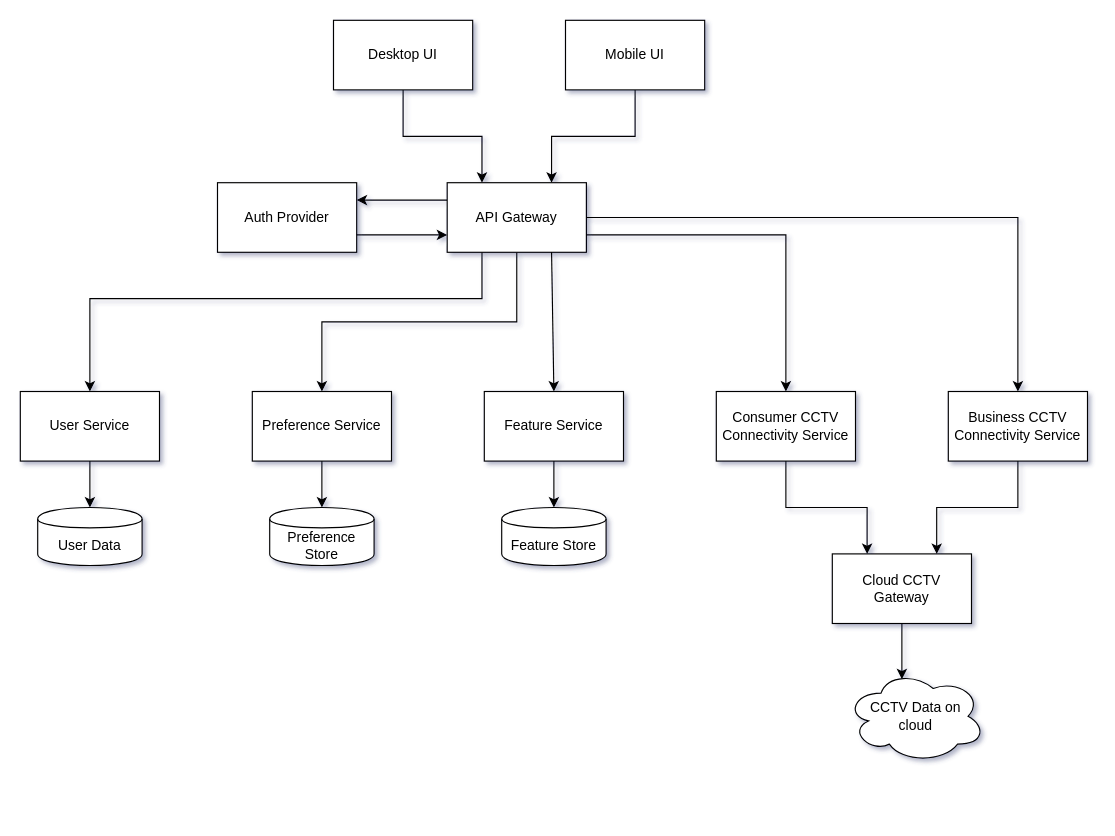
Earlier version of the draw.io diagram page "Architecture" (1 of 2) of Untitled Diagram.drawio (stooth/powerx). Source tidied: cells renumbered, new cells numbered last; positions are measured from the earlier drawing's top-left corner, leaving out a move shared by most shapes. Both pictures are drawn from the tidied source at 116%, with x=0, y=0 at pixel (20, 20).
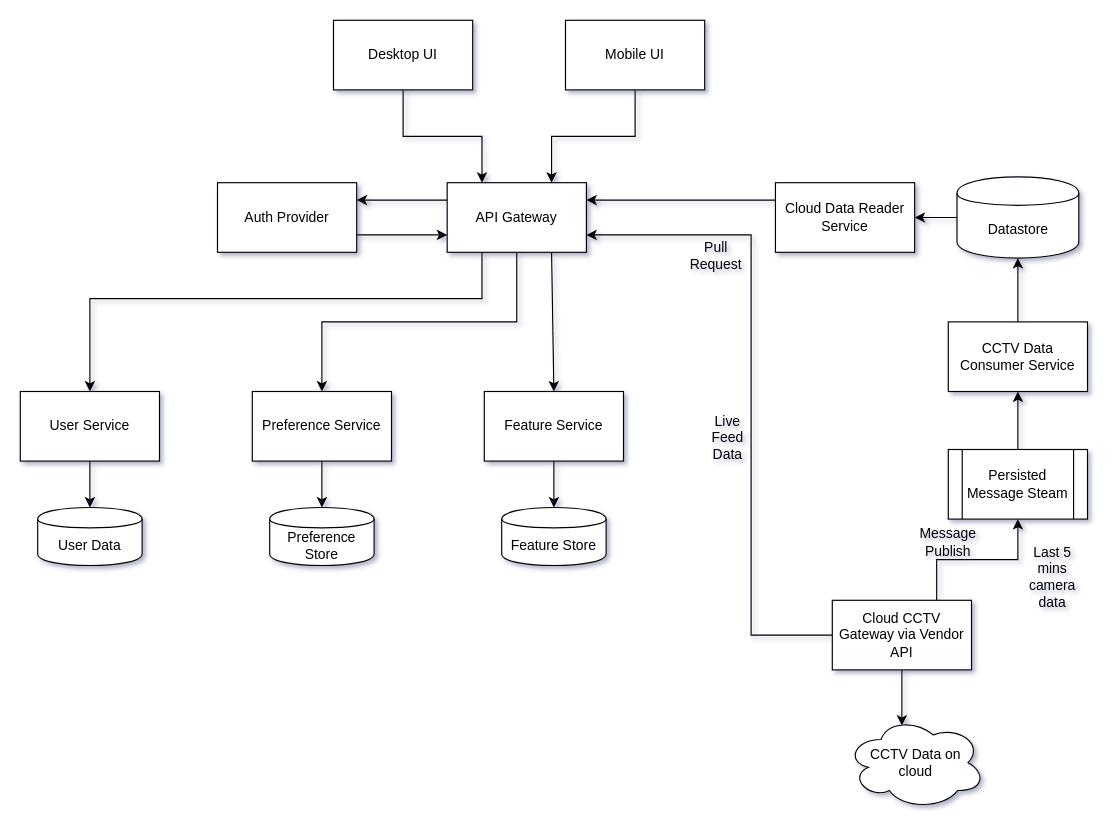
The same diagram, later.

The change refers to these unchanged cells:
```xml
<mxCell id="9" value="API Gateway" style="whiteSpace=wrap;html=1;rounded=0;" parent="1" vertex="1">
  <mxGeometry x="368" y="140" width="120" height="60" as="geometry" />
</mxCell>
```

The edit, as a diff of the source:
```diff
@@
-    <mxCell id="22" style="edgeStyle=orthogonalEdgeStyle;rounded=0;jettySize=auto;html=1;entryX=0.25;entryY=0;entryDx=0;entryDy=0;" parent="1" edge="1" source="23" target="29">
-      <mxGeometry relative="1" as="geometry" />
-    </mxCell>
+    <mxCell id="31" style="edgeStyle=orthogonalEdgeStyle;rounded=0;jettySize=auto;html=1;entryX=0.5;entryY=1;entryDx=0;entryDy=0;" parent="1" edge="1" source="23" target="36">
+      <mxGeometry relative="1" as="geometry" />
+    </mxCell>
-    <mxCell id="23" value="Consumer CCTV Connectivity Service" style="whiteSpace=wrap;html=1;rounded=0;" parent="1" vertex="1">
-      <mxGeometry x="600" y="320" width="120" height="60" as="geometry" />
+    <mxCell id="23" value="CCTV Data Consumer Service" style="whiteSpace=wrap;html=1;rounded=0;" parent="1" vertex="1">
+      <mxGeometry x="800" y="260" width="120" height="60" as="geometry" />
     </mxCell>
-    <mxCell id="24" style="endArrow=classic;html=1;entryX=0.5;entryY=0;entryDx=0;entryDy=0;exitX=1;exitY=0.75;exitDx=0;exitDy=0;rounded=0;" parent="1" edge="1" source="9" target="23">
-      <mxGeometry relative="1" as="geometry">
-        <Array as="points">
-          <mxPoint x="660" y="185" />
-        </Array>
-      </mxGeometry>
-    </mxCell>
-    <mxCell id="25" style="edgeStyle=orthogonalEdgeStyle;rounded=0;jettySize=auto;html=1;entryX=0.75;entryY=0;entryDx=0;entryDy=0;" parent="1" edge="1" source="26" target="29">
-      <mxGeometry relative="1" as="geometry" />
-    </mxCell>
-    <mxCell id="26" value="Business CCTV Connectivity Service" style="whiteSpace=wrap;html=1;rounded=0;" parent="1" vertex="1">
-      <mxGeometry x="800" y="320" width="120" height="60" as="geometry" />
-    </mxCell>
-    <mxCell id="27" style="endArrow=classic;html=1;entryX=0.5;entryY=0;entryDx=0;entryDy=0;exitX=1;exitY=0.5;exitDx=0;exitDy=0;rounded=0;" parent="1" edge="1" source="9" target="26">
-      <mxGeometry relative="1" as="geometry">
-        <Array as="points">
-          <mxPoint x="860" y="170" />
-        </Array>
-      </mxGeometry>
-    </mxCell>
@@
+    <mxCell id="32" style="edgeStyle=orthogonalEdgeStyle;rounded=0;jettySize=auto;html=1;entryX=0.5;entryY=1;entryDx=0;entryDy=0;exitX=0.75;exitY=0;exitDx=0;exitDy=0;" parent="1" edge="1" source="29" target="38">
+      <mxGeometry relative="1" as="geometry" />
+    </mxCell>
+    <mxCell id="33" style="edgeStyle=orthogonalEdgeStyle;rounded=0;jettySize=auto;html=1;exitX=0;exitY=0.5;exitDx=0;exitDy=0;entryX=1;entryY=0.75;entryDx=0;entryDy=0;" parent="1" edge="1" source="29" target="9">
+      <mxGeometry relative="1" as="geometry">
+        <Array as="points">
+          <mxPoint x="630" y="530" />
+          <mxPoint x="630" y="185" />
+        </Array>
+      </mxGeometry>
+    </mxCell>
-    <mxCell id="29" value="Cloud CCTV Gateway" style="whiteSpace=wrap;html=1;rounded=0;" parent="1" vertex="1">
-      <mxGeometry x="700" y="460" width="120" height="60" as="geometry" />
+    <mxCell id="29" value="Cloud CCTV Gateway via Vendor API" style="whiteSpace=wrap;html=1;rounded=0;" parent="1" vertex="1">
+      <mxGeometry x="700" y="500" width="120" height="60" as="geometry" />
     </mxCell>
     <mxCell id="30" value="CCTV Data on&lt;br&gt;cloud" style="ellipse;shape=cloud;whiteSpace=wrap;html=1;" parent="1" vertex="1">
-      <mxGeometry x="712" y="560" width="120" height="80" as="geometry" />
+      <mxGeometry x="712" y="600" width="120" height="80" as="geometry" />
     </mxCell>
+    <mxCell id="34" value="Live Feed Data" style="text;html=1;strokeColor=none;fillColor=none;align=center;verticalAlign=middle;whiteSpace=wrap;rounded=0;" parent="1" vertex="1">
+      <mxGeometry x="590" y="350" width="40" height="20" as="geometry" />
+    </mxCell>
+    <mxCell id="35" style="edgeStyle=orthogonalEdgeStyle;rounded=0;jettySize=auto;html=1;" parent="1" edge="1" source="36" target="43">
+      <mxGeometry relative="1" as="geometry" />
+    </mxCell>
+    <mxCell id="36" value="Datastore" style="shape=cylinder;whiteSpace=wrap;html=1;boundedLbl=1;backgroundOutline=1;rounded=0;" parent="1" vertex="1">
+      <mxGeometry x="807.5" y="135" width="105" height="70" as="geometry" />
+    </mxCell>
+    <mxCell id="37" style="edgeStyle=orthogonalEdgeStyle;rounded=0;jettySize=auto;html=1;" parent="1" edge="1" source="38" target="23">
+      <mxGeometry relative="1" as="geometry" />
+    </mxCell>
+    <mxCell id="38" value="Persisted Message Steam" style="shape=process;whiteSpace=wrap;html=1;backgroundOutline=1;" parent="1" vertex="1">
+      <mxGeometry x="800" y="370" width="120" height="60" as="geometry" />
+    </mxCell>
+    <mxCell id="39" value="Last 5 mins camera data" style="text;html=1;strokeColor=none;fillColor=none;align=center;verticalAlign=middle;whiteSpace=wrap;rounded=0;" parent="1" vertex="1">
+      <mxGeometry x="870" y="470" width="40" height="20" as="geometry" />
+    </mxCell>
+    <mxCell id="40" value="Pull Request" style="text;html=1;strokeColor=none;fillColor=none;align=center;verticalAlign=middle;whiteSpace=wrap;rounded=0;" parent="1" vertex="1">
+      <mxGeometry x="580" y="193" width="40" height="20" as="geometry" />
+    </mxCell>
+    <mxCell id="41" value="Message Publish" style="text;html=1;strokeColor=none;fillColor=none;align=center;verticalAlign=middle;whiteSpace=wrap;rounded=0;" parent="1" vertex="1">
+      <mxGeometry x="780" y="440" width="40" height="20" as="geometry" />
+    </mxCell>
+    <mxCell id="42" style="edgeStyle=orthogonalEdgeStyle;rounded=0;jettySize=auto;html=1;entryX=1;entryY=0.25;entryDx=0;entryDy=0;exitX=0;exitY=0.25;exitDx=0;exitDy=0;" parent="1" edge="1" source="43" target="9">
+      <mxGeometry relative="1" as="geometry" />
+    </mxCell>
+    <mxCell id="43" value="Cloud Data Reader Service" style="whiteSpace=wrap;html=1;rounded=0;" parent="1" vertex="1">
+      <mxGeometry x="651" y="140" width="120" height="60" as="geometry" />
+    </mxCell>
```
